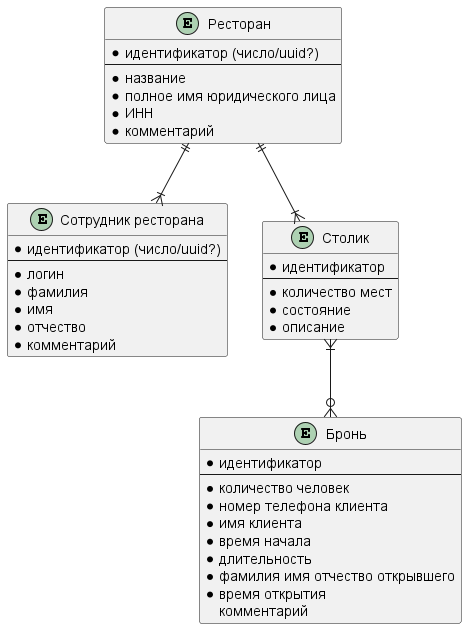
This is documentation/диаграммы/out/Диаграмма сущностей.png from PavelPutin/restobook, a PlantUML export, as it was before one commit.
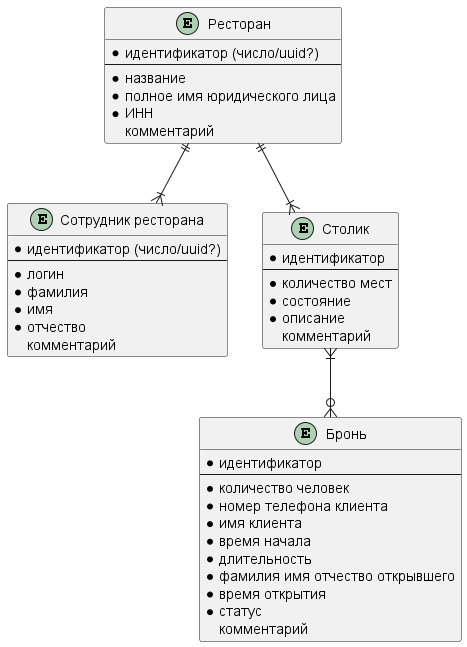
The same diagram one commit later.

What changed in the source:
```diff
@@ -7,7 +7,7 @@
     * название
     * полное имя юридического лица
     * ИНН
-    * комментарий
+    комментарий
 }
 
 entity "Сотрудник ресторана" {
@@ -17,7 +17,7 @@
     * фамилия
     * имя
     * отчество
-    * комментарий
+    комментарий
 }
 
 entity "Столик" {
@@ -26,6 +26,7 @@
     * количество мест
     * состояние
     * описание
+    комментарий
 }
 
 entity "Бронь" {
@@ -38,6 +39,7 @@
     * длительность
     * фамилия имя отчество открывшего
     * время открытия
+    * статус
     комментарий
 }
 
```
